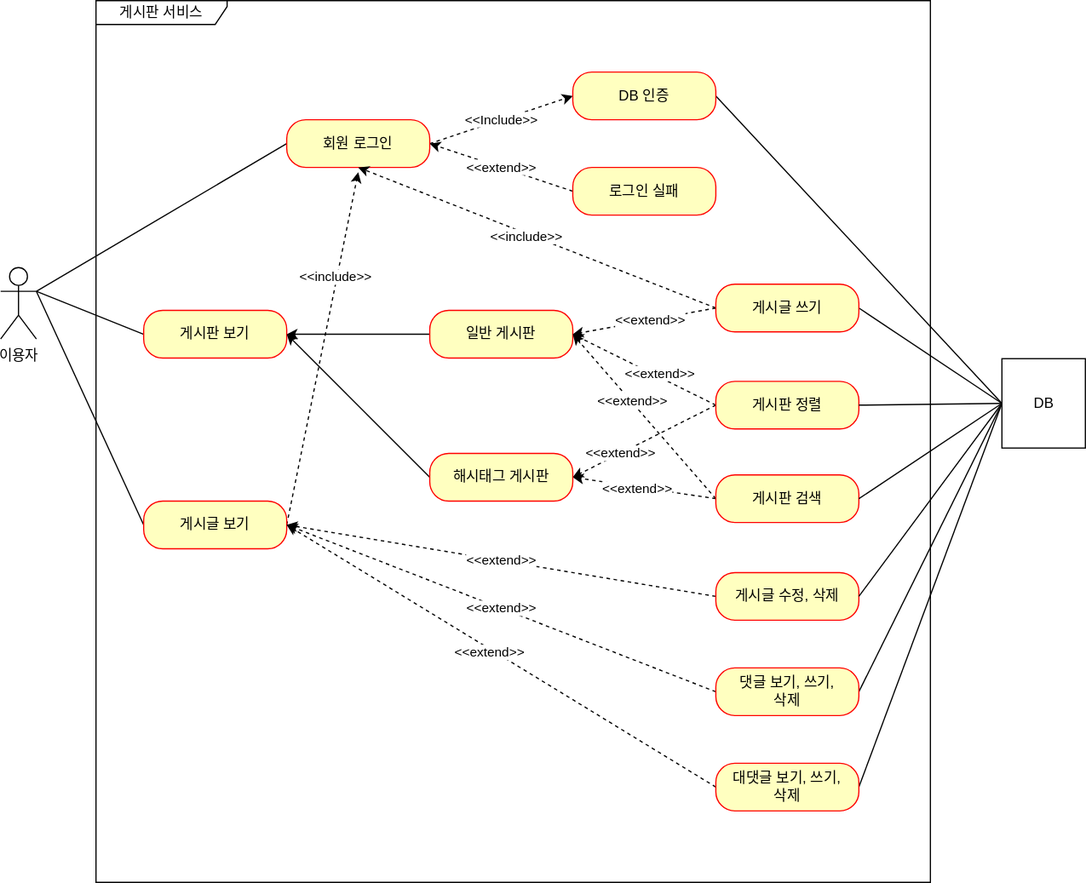
The draw.io diagram document/use-case.svg in semanticker/fastcampus-project-board, before a commit. Source tidied: cells renumbered, new cells last; positions are measured from the earlier drawing's top-left corner, leaving out a move shared by most shapes.
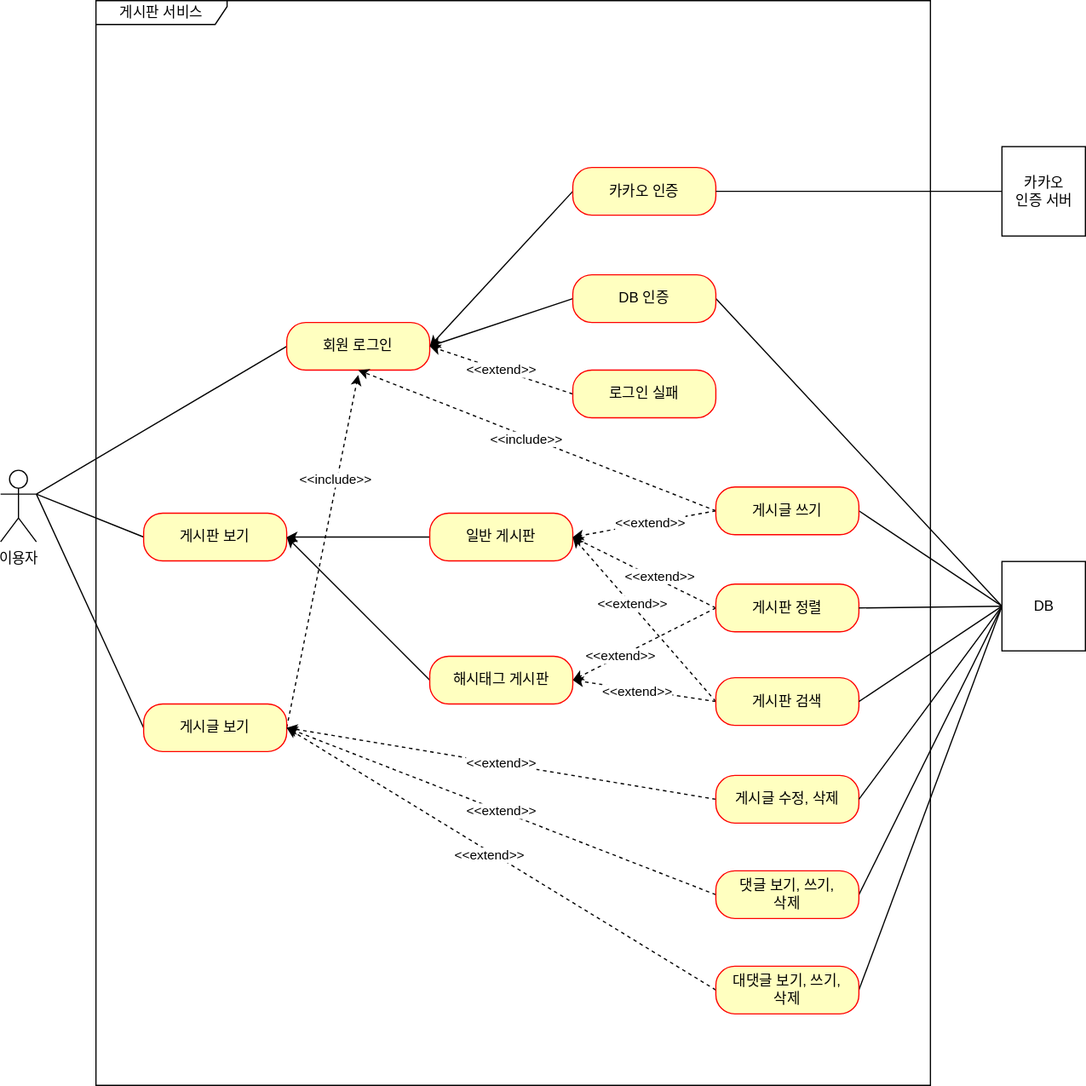
Later version of the same file.

What changed in the source:
```diff
@@ -6,7 +6,7 @@
       <mxGeometry y="224" width="30" height="60" as="geometry" />
     </mxCell>
     <mxCell id="3" value="게시판 서비스" style="shape=umlFrame;whiteSpace=wrap;html=1;width=110;height=20;" parent="1" vertex="1">
-      <mxGeometry x="80" width="700" height="740" as="geometry" />
+      <mxGeometry x="80" y="-170" width="700" height="910" as="geometry" />
     </mxCell>
     <mxCell id="4" style="rounded=0;jettySize=auto;html=1;exitX=0;exitY=0.5;exitDx=0;exitDy=0;entryX=1;entryY=0.5;entryDx=0;entryDy=0;" parent="1" edge="1" source="5" target="7">
       <mxGeometry relative="1" as="geometry" />
@@ -41,15 +41,17 @@
         <mxPoint x="30" y="244" as="targetPoint" />
       </mxGeometry>
     </mxCell>
-    <mxCell id="13" value="&amp;lt;&amp;lt;Include&amp;gt;&amp;gt;" style="rounded=0;jettySize=auto;html=1;exitX=1;exitY=0.5;exitDx=0;exitDy=0;entryX=0;entryY=0.5;entryDx=0;entryDy=0;dashed=1;" parent="1" edge="1" source="14" target="16">
-      <mxGeometry relative="1" as="geometry" />
-    </mxCell>
     <mxCell id="14" value="회원 로그인" style="rounded=1;whiteSpace=wrap;html=1;arcSize=40;fontColor=#000000;fillColor=#ffffc0;strokeColor=#ff0000;" parent="1" vertex="1">
       <mxGeometry x="240" y="100" width="120" height="40" as="geometry" />
     </mxCell>
     <mxCell id="15" style="edgeStyle=none;rounded=0;jettySize=auto;html=1;exitX=1;exitY=0.5;exitDx=0;exitDy=0;entryX=0;entryY=0.5;entryDx=0;entryDy=0;endArrow=none;endFill=0;" parent="1" edge="1" source="16" target="39">
       <mxGeometry relative="1" as="geometry" />
     </mxCell>
+    <mxCell id="52" style="rounded=0;jettySize=auto;html=1;exitX=0;exitY=0.5;exitDx=0;exitDy=0;" parent="1" edge="1" source="16">
+      <mxGeometry relative="1" as="geometry">
+        <mxPoint x="360" y="120" as="targetPoint" />
+      </mxGeometry>
+    </mxCell>
     <mxCell id="16" value="DB 인증" style="rounded=1;whiteSpace=wrap;html=1;arcSize=40;fontColor=#000000;fillColor=#ffffc0;strokeColor=#ff0000;" parent="1" vertex="1">
       <mxGeometry x="480" y="60" width="120" height="40" as="geometry" />
     </mxCell>
@@ -162,5 +164,17 @@
     <mxCell id="51" value="대댓글 보기, 쓰기,&lt;br&gt;삭제" style="rounded=1;whiteSpace=wrap;html=1;arcSize=40;fontColor=#000000;fillColor=#ffffc0;strokeColor=#ff0000;" parent="1" vertex="1">
       <mxGeometry x="600" y="640" width="120" height="40" as="geometry" />
     </mxCell>
+    <mxCell id="53" style="rounded=0;jettySize=auto;html=1;exitX=0;exitY=0.5;exitDx=0;exitDy=0;entryX=1;entryY=0.5;entryDx=0;entryDy=0;endArrow=classic;endFill=1;" parent="1" edge="1" source="54" target="14">
+      <mxGeometry relative="1" as="geometry" />
+    </mxCell>
+    <mxCell id="54" value="카카오 인증" style="rounded=1;whiteSpace=wrap;html=1;arcSize=40;fontColor=#000000;fillColor=#ffffc0;strokeColor=#ff0000;" parent="1" vertex="1">
+      <mxGeometry x="480" y="-30" width="120" height="40" as="geometry" />
+    </mxCell>
+    <mxCell id="55" style="edgeStyle=orthogonalEdgeStyle;rounded=0;jettySize=auto;html=1;entryX=1;entryY=0.5;entryDx=0;entryDy=0;endArrow=none;endFill=0;" parent="1" edge="1" source="56" target="54">
+      <mxGeometry relative="1" as="geometry" />
+    </mxCell>
+    <mxCell id="56" value="카카오 &lt;br&gt;인증 서버" style="html=1;" parent="1" vertex="1">
+      <mxGeometry x="840" y="-47.5" width="70" height="75" as="geometry" />
+    </mxCell>
   </root>
 </mxGraphModel>
```
